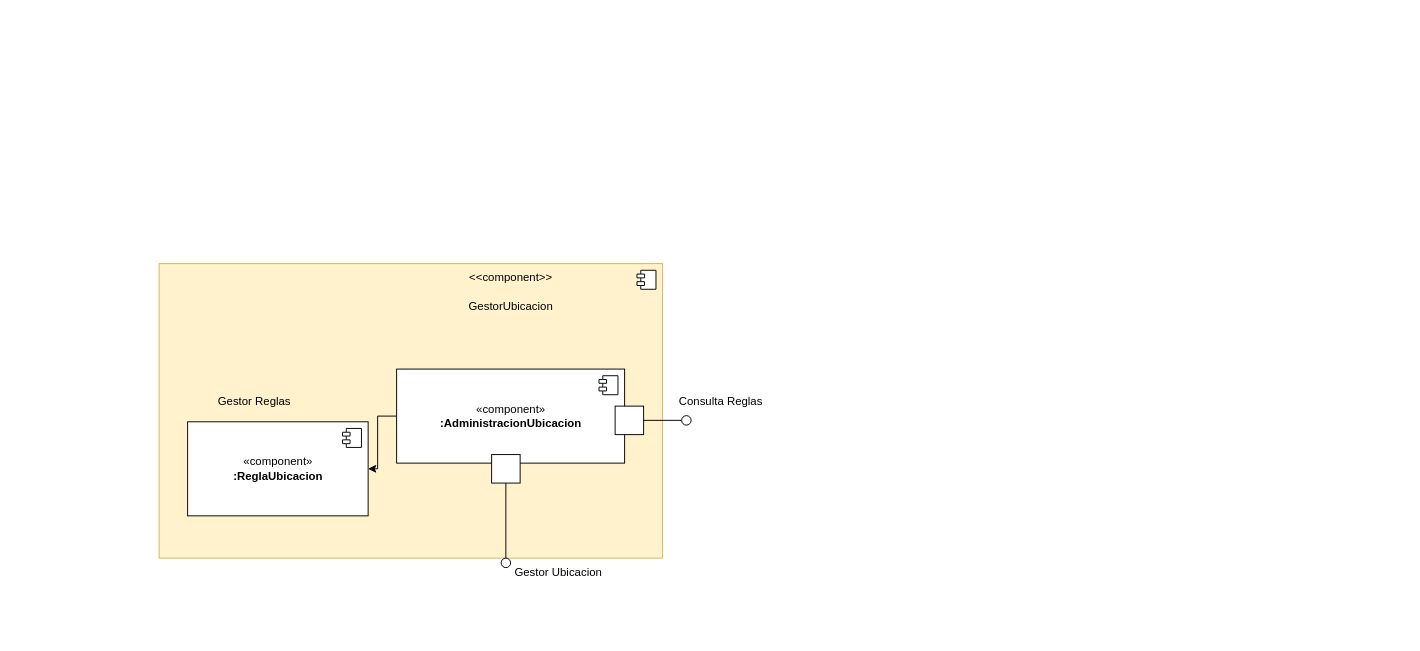
Above: MODELOS/Patron de diseño de táctica de control de recurssos.drawio in david-lyon-uniandes/ABC-PROJECT-ARQUITECTURA (draw.io), before the change. Source tidied: cells renumbered, new cells numbered last; positions are measured from the earlier drawing's top-left corner, leaving out a move shared by most shapes. Both pictures are drawn from the tidied source at 95%, with x=0, y=0 at pixel (159, 263).
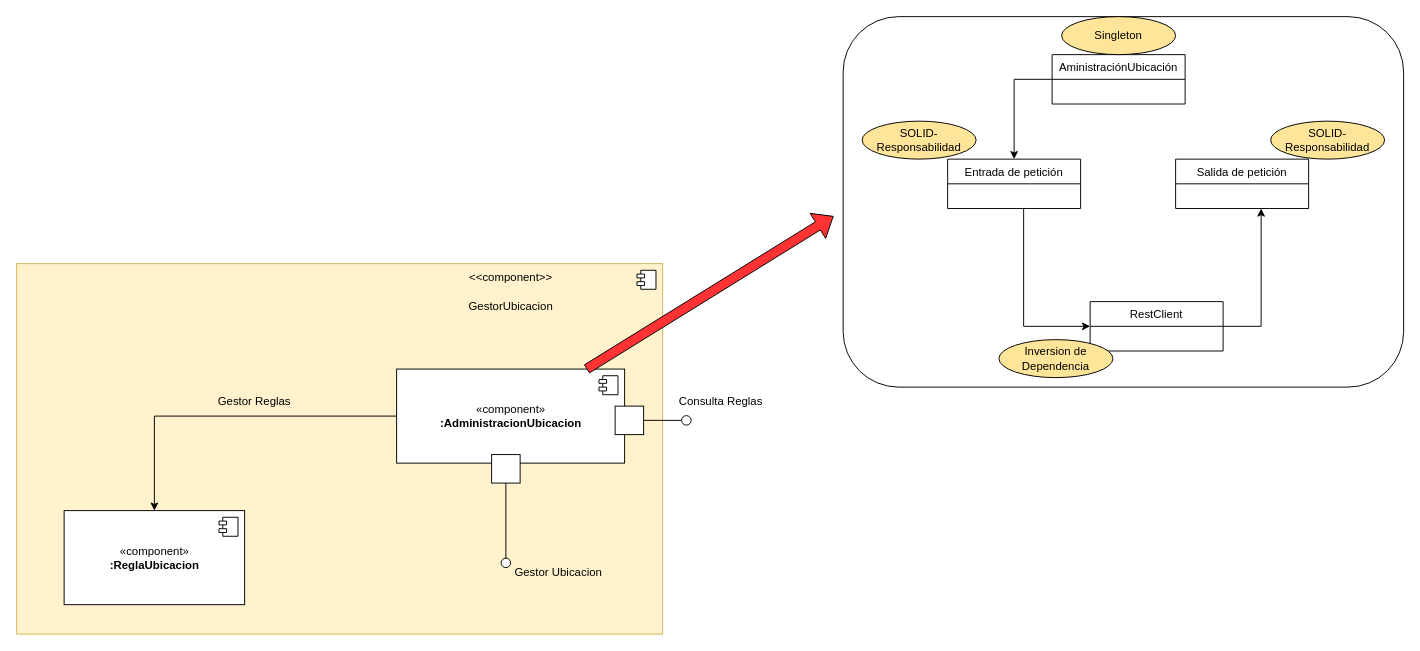
After the change.

The change refers to these unchanged cells:
```xml
<mxCell id="5" value="«component»&lt;br&gt;&lt;b&gt;:AdministracionUbicacion&lt;br&gt;&lt;/b&gt;" style="html=1;" parent="1" vertex="1">
  <mxGeometry x="250" y="111" width="240" height="99" as="geometry" />
</mxCell>
```

What changed in the source:
```diff
@@
     <mxCell id="2" style="html=1;fillColor=#fff2cc;strokeColor=#d6b656;" parent="1" vertex="1">
-      <mxGeometry width="530" height="310" as="geometry" />
+      <mxGeometry x="-150" width="680" height="390" as="geometry" />
     </mxCell>
@@
     <mxCell id="16" value="«component»&lt;br&gt;&lt;b&gt;:ReglaUbicacion&lt;br&gt;&lt;/b&gt;" style="html=1;" parent="1" vertex="1">
-      <mxGeometry x="30" y="166.5" width="190" height="99" as="geometry" />
+      <mxGeometry x="-100" y="260" width="190" height="99" as="geometry" />
     </mxCell>
@@
+    <mxCell id="21" style="shape=flexArrow;endArrow=classic;html=1;rounded=0;fillColor=#FF3333;" parent="1" edge="1" source="5">
+      <mxGeometry relative="1" as="geometry">
+        <mxPoint x="710" y="-50" as="targetPoint" />
+      </mxGeometry>
+    </mxCell>
+    <mxCell id="22" style="rounded=1;whiteSpace=wrap;html=1;" parent="1" vertex="1">
+      <mxGeometry x="720" y="-260" width="590" height="390" as="geometry" />
+    </mxCell>
+    <mxCell id="23" style="edgeStyle=orthogonalEdgeStyle;rounded=0;jettySize=auto;html=1;fillColor=#FF3333;entryX=0.5;entryY=0;entryDx=0;entryDy=0;" parent="1" edge="1" source="24" target="27">
+      <mxGeometry relative="1" as="geometry">
+        <Array as="points">
+          <mxPoint x="900" y="-194" />
+        </Array>
+      </mxGeometry>
+    </mxCell>
+    <mxCell id="24" value="AministraciónUbicación" style="swimlane;fontStyle=0;horizontal=1;startSize=26;fillColor=none;" parent="1" vertex="1">
+      <mxGeometry x="940" y="-220" width="140" height="52" as="geometry" />
+    </mxCell>
+    <mxCell id="25" value="Salida de petición" style="swimlane;fontStyle=0;horizontal=1;startSize=26;fillColor=none;" parent="1" vertex="1">
+      <mxGeometry x="1070" y="-110" width="140" height="52" as="geometry" />
+    </mxCell>
+    <mxCell id="26" style="edgeStyle=orthogonalEdgeStyle;rounded=0;jettySize=auto;html=1;entryX=0;entryY=0.5;entryDx=0;entryDy=0;fillColor=#FF3333;" parent="1" edge="1" source="27" target="32">
+      <mxGeometry relative="1" as="geometry">
+        <Array as="points">
+          <mxPoint x="910" y="66" />
+        </Array>
+      </mxGeometry>
+    </mxCell>
+    <mxCell id="27" value="Entrada de petición" style="swimlane;fontStyle=0;horizontal=1;startSize=26;fillColor=none;" parent="1" vertex="1">
+      <mxGeometry x="830" y="-110" width="140" height="52" as="geometry" />
+    </mxCell>
+    <mxCell id="28" value="Singleton" style="ellipse;whiteSpace=wrap;html=1;align=center;fillColor=#FFE599;" parent="1" vertex="1">
+      <mxGeometry x="950" y="-260" width="120" height="40" as="geometry" />
+    </mxCell>
+    <mxCell id="29" value="SOLID- Responsabilidad" style="ellipse;whiteSpace=wrap;html=1;align=center;fillColor=#FFE599;" parent="1" vertex="1">
+      <mxGeometry x="740" y="-150" width="120" height="40" as="geometry" />
+    </mxCell>
+    <mxCell id="30" value="SOLID- Responsabilidad" style="ellipse;whiteSpace=wrap;html=1;align=center;fillColor=#FFE599;" parent="1" vertex="1">
+      <mxGeometry x="1170" y="-150" width="120" height="40" as="geometry" />
+    </mxCell>
+    <mxCell id="31" style="edgeStyle=orthogonalEdgeStyle;rounded=0;jettySize=auto;html=1;fillColor=#FF3333;" parent="1" edge="1" source="32">
+      <mxGeometry relative="1" as="geometry">
+        <mxPoint x="1160" y="-58" as="targetPoint" />
+        <Array as="points">
+          <mxPoint x="1160" y="66" />
+          <mxPoint x="1160" y="-58" />
+        </Array>
+      </mxGeometry>
+    </mxCell>
+    <mxCell id="32" value="RestClient" style="swimlane;fontStyle=0;horizontal=1;startSize=26;fillColor=none;" parent="1" vertex="1">
+      <mxGeometry x="980" y="40" width="140" height="52" as="geometry" />
+    </mxCell>
+    <mxCell id="33" value="Inversion de Dependencia" style="ellipse;whiteSpace=wrap;html=1;align=center;fillColor=#FFE599;" parent="1" vertex="1">
+      <mxGeometry x="884" y="80" width="120" height="40" as="geometry" />
+    </mxCell>
```
